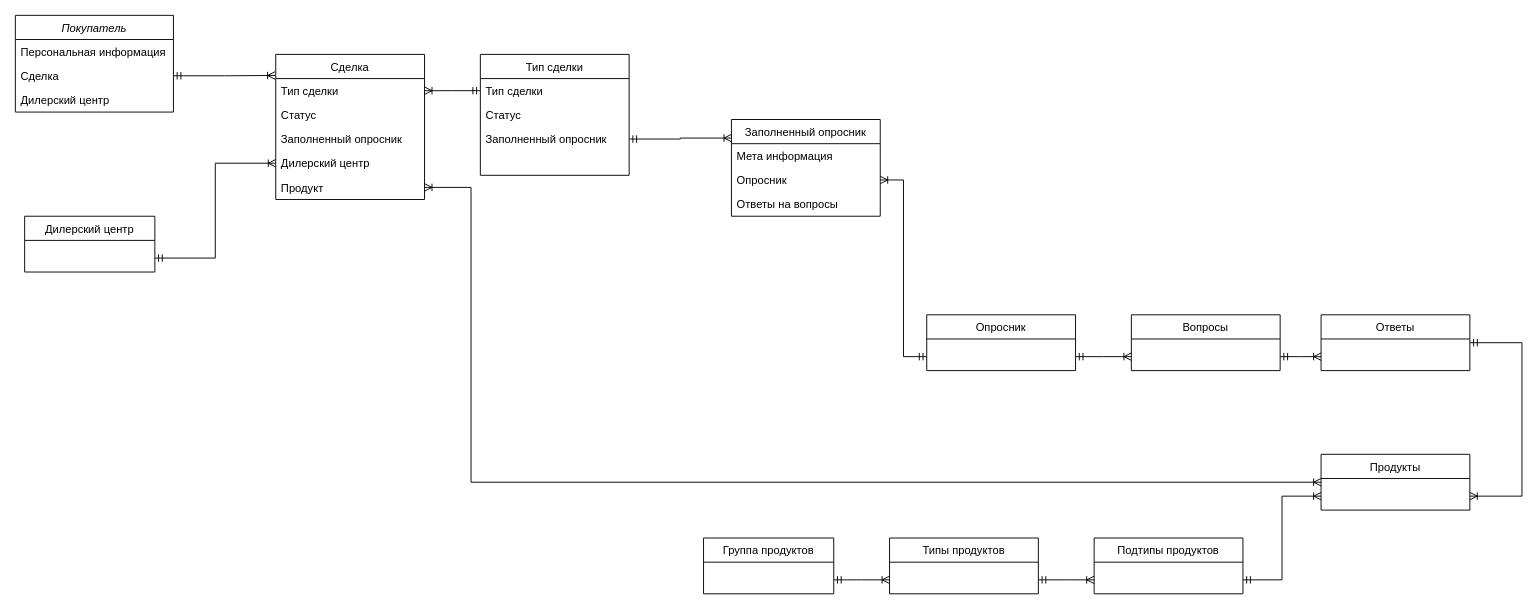
This is Диаграмма меню.drawio from Kkorolyok/Diagrams, a draw.io file, before an edit. Source tidied: cells renumbered, new cells numbered last; positions are measured from the earlier drawing's top-left corner, leaving out a move shared by most shapes. Both pictures are drawn from the tidied source at 93%, with x=0, y=0 at pixel (15, 15).
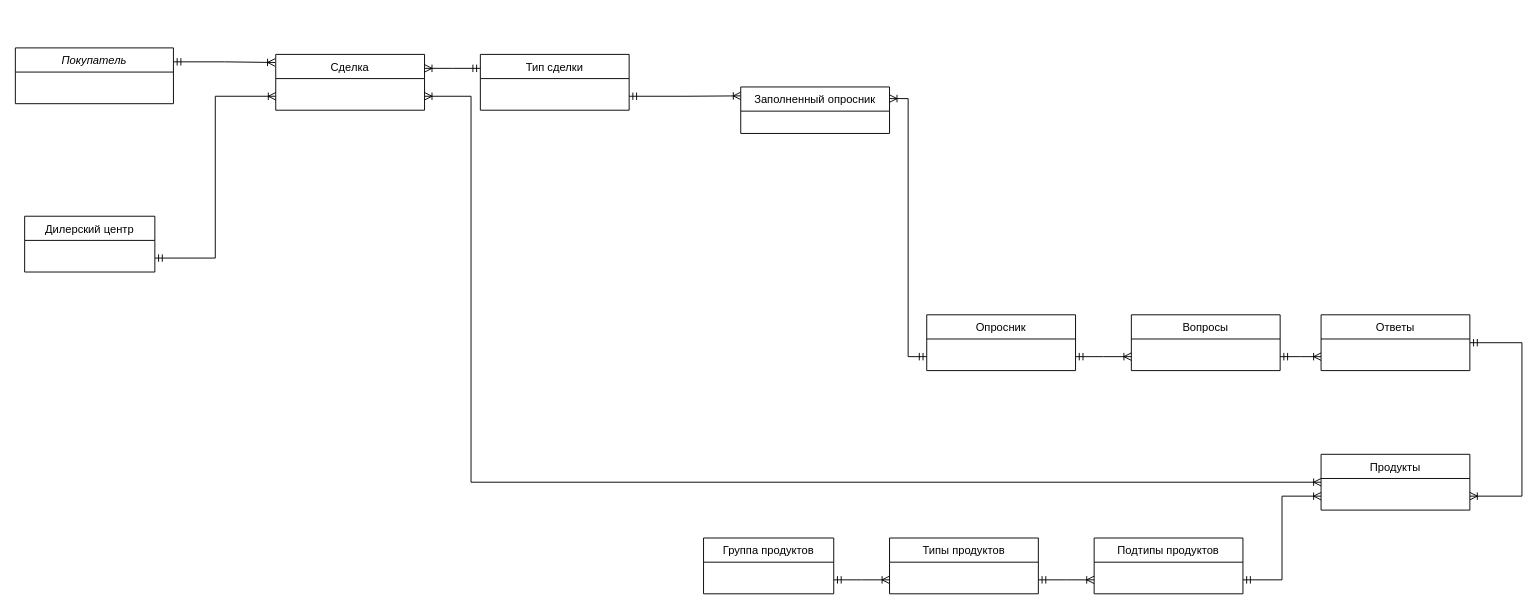
Above is the later version.

The change refers to these unchanged cells:
```xml
<mxCell id="22" value="Опросник" style="swimlane;fontStyle=0;align=center;verticalAlign=top;horizontal=1;startSize=26;rounded=0;shadow=0;strokeWidth=1;" parent="1" vertex="1">
  <mxGeometry x="980" y="322" width="160" height="60" as="geometry" />
</mxCell>
<mxCell id="27" value="Продукты" style="swimlane;fontStyle=0;align=center;verticalAlign=top;horizontal=1;startSize=26;rounded=0;shadow=0;strokeWidth=1;" parent="1" vertex="1">
  <mxGeometry x="1404" y="472" width="160" height="60" as="geometry" />
</mxCell>
<mxCell id="38" value="Дилерский центр" style="swimlane;fontStyle=0;align=center;verticalAlign=top;horizontal=1;startSize=26;rounded=0;shadow=0;strokeWidth=1;" parent="1" vertex="1">
  <mxGeometry x="10" y="216" width="140" height="60" as="geometry" />
</mxCell>
```

The edit, as a diff of the source:
```diff
@@
     <mxCell id="2" value="Покупатель" style="swimlane;fontStyle=2;align=center;verticalAlign=top;horizontal=1;startSize=26;rounded=0;shadow=0;strokeWidth=1;" parent="1" vertex="1">
-      <mxGeometry width="170" height="104" as="geometry" />
+      <mxGeometry y="35" width="170" height="60" as="geometry" />
     </mxCell>
-    <mxCell id="3" value="Персональная информация" style="text;align=left;verticalAlign=top;spacingLeft=4;spacingRight=4;overflow=hidden;" parent="2" vertex="1">
-      <mxGeometry y="26" width="170" height="26" as="geometry" />
-    </mxCell>
-    <mxCell id="4" value="Сделка" style="text;align=left;verticalAlign=top;spacingLeft=4;spacingRight=4;overflow=hidden;points=[[0,0.5],[1,0.5]];portConstraint=eastwest;rounded=0;shadow=0;html=0;" parent="2" vertex="1">
-      <mxGeometry y="52" width="170" height="26" as="geometry" />
-    </mxCell>
-    <mxCell id="5" value="Дилерский центр" style="text;align=left;verticalAlign=top;spacingLeft=4;spacingRight=4;overflow=hidden;rounded=0;shadow=0;html=0;" parent="2" vertex="1">
-      <mxGeometry y="78" width="170" height="26" as="geometry" />
-    </mxCell>
     <mxCell id="6" value="Заполненный опросник" style="swimlane;fontStyle=0;align=center;verticalAlign=top;horizontal=1;startSize=26;rounded=0;shadow=0;strokeWidth=1;" parent="1" vertex="1">
-      <mxGeometry x="770" y="112" width="160" height="104" as="geometry" />
+      <mxGeometry x="780" y="77" width="160" height="50" as="geometry" />
     </mxCell>
-    <mxCell id="7" value="Мета информация&#10;&#10;" style="text;align=left;verticalAlign=top;spacingLeft=4;spacingRight=4;overflow=hidden;" parent="6" vertex="1">
-      <mxGeometry y="26" width="160" height="26" as="geometry" />
-    </mxCell>
-    <mxCell id="8" value="Опросник " style="text;align=left;verticalAlign=top;spacingLeft=4;spacingRight=4;overflow=hidden;points=[[0,0.5],[1,0.5]];portConstraint=eastwest;" parent="6" vertex="1">
-      <mxGeometry y="52" width="160" height="26" as="geometry" />
-    </mxCell>
-    <mxCell id="9" value="Ответы на вопросы" style="text;align=left;verticalAlign=top;spacingLeft=4;spacingRight=4;overflow=hidden;" parent="6" vertex="1">
-      <mxGeometry y="78" width="160" height="26" as="geometry" />
-    </mxCell>
     <mxCell id="10" value="Сделка" style="swimlane;fontStyle=0;align=center;verticalAlign=top;horizontal=1;startSize=26;rounded=0;shadow=0;strokeWidth=1;" parent="1" vertex="1">
-      <mxGeometry x="280" y="42" width="160" height="156" as="geometry" />
+      <mxGeometry x="280" y="42" width="160" height="60" as="geometry" />
     </mxCell>
-    <mxCell id="11" value="Тип сделки" style="text;align=left;verticalAlign=top;spacingLeft=4;spacingRight=4;overflow=hidden;points=[[0,0.5],[1,0.5]];portConstraint=eastwest;" parent="10" vertex="1">
-      <mxGeometry y="26" width="160" height="26" as="geometry" />
-    </mxCell>
-    <mxCell id="12" value="Статус" style="text;align=left;verticalAlign=top;spacingLeft=4;spacingRight=4;overflow=hidden;rounded=0;shadow=0;html=0;" parent="10" vertex="1">
-      <mxGeometry y="52" width="160" height="26" as="geometry" />
-    </mxCell>
-    <mxCell id="13" value="Заполненный опросник" style="text;align=left;verticalAlign=top;spacingLeft=4;spacingRight=4;overflow=hidden;rounded=0;shadow=0;html=0;" parent="10" vertex="1">
-      <mxGeometry y="78" width="160" height="26" as="geometry" />
-    </mxCell>
-    <mxCell id="14" value="Дилерский центр" style="text;align=left;verticalAlign=top;spacingLeft=4;spacingRight=4;overflow=hidden;points=[[0,0.5],[1,0.5]];portConstraint=eastwest;rounded=0;shadow=0;html=0;" parent="10" vertex="1">
-      <mxGeometry y="104" width="160" height="26" as="geometry" />
-    </mxCell>
-    <mxCell id="15" value="Продукт" style="text;align=left;verticalAlign=top;spacingLeft=4;spacingRight=4;overflow=hidden;points=[[0,0.5],[1,0.5]];portConstraint=eastwest;rounded=0;shadow=0;html=0;" parent="10" vertex="1">
-      <mxGeometry y="130" width="160" height="26" as="geometry" />
-    </mxCell>
     <mxCell id="16" value="Тип сделки" style="swimlane;fontStyle=0;align=center;verticalAlign=top;horizontal=1;startSize=26;rounded=0;shadow=0;strokeWidth=1;" parent="1" vertex="1">
-      <mxGeometry x="500" y="42" width="160" height="130" as="geometry" />
+      <mxGeometry x="500" y="42" width="160" height="60" as="geometry" />
     </mxCell>
-    <mxCell id="17" value="Тип сделки" style="text;align=left;verticalAlign=top;spacingLeft=4;spacingRight=4;overflow=hidden;points=[[0,0.5],[1,0.5]];portConstraint=eastwest;" parent="16" vertex="1">
-      <mxGeometry y="26" width="160" height="26" as="geometry" />
-    </mxCell>
-    <mxCell id="18" value="Статус" style="text;align=left;verticalAlign=top;spacingLeft=4;spacingRight=4;overflow=hidden;rounded=0;shadow=0;html=0;" parent="16" vertex="1">
-      <mxGeometry y="52" width="160" height="26" as="geometry" />
-    </mxCell>
-    <mxCell id="19" value="Заполненный опросник" style="text;align=left;verticalAlign=top;spacingLeft=4;spacingRight=4;overflow=hidden;points=[[0,0.5],[1,0.5]];portConstraint=eastwest;rounded=0;shadow=0;html=0;" parent="16" vertex="1">
-      <mxGeometry y="78" width="160" height="26" as="geometry" />
-    </mxCell>
@@
-    <mxCell id="21" style="edgeStyle=elbowEdgeStyle;rounded=0;jettySize=auto;html=1;exitX=0;exitY=0.75;exitDx=0;exitDy=0;entryX=1;entryY=0.5;entryDx=0;entryDy=0;startArrow=ERmandOne;startFill=0;endArrow=ERoneToMany;endFill=0;" parent="1" edge="1" source="22" target="8">
+    <mxCell id="21" style="edgeStyle=elbowEdgeStyle;rounded=0;jettySize=auto;html=1;exitX=0;exitY=0.75;exitDx=0;exitDy=0;entryX=1;entryY=0.25;entryDx=0;entryDy=0;startArrow=ERmandOne;startFill=0;endArrow=ERoneToMany;endFill=0;" parent="1" edge="1" source="22" target="6">
       <mxGeometry relative="1" as="geometry" />
     </mxCell>
@@
-    <mxCell id="34" style="edgeStyle=elbowEdgeStyle;rounded=0;jettySize=auto;html=1;exitX=1;exitY=0.5;exitDx=0;exitDy=0;entryX=0;entryY=0.192;entryDx=0;entryDy=0;entryPerimeter=0;startArrow=ERmandOne;startFill=0;endArrow=ERoneToMany;endFill=0;" parent="1" edge="1" source="19" target="6">
+    <mxCell id="34" style="edgeStyle=elbowEdgeStyle;rounded=0;jettySize=auto;html=1;exitX=1;exitY=0.75;exitDx=0;exitDy=0;entryX=0;entryY=0.192;entryDx=0;entryDy=0;entryPerimeter=0;startArrow=ERmandOne;startFill=0;endArrow=ERoneToMany;endFill=0;" parent="1" edge="1" source="16" target="6">
       <mxGeometry relative="1" as="geometry" />
     </mxCell>
-    <mxCell id="35" style="edgeStyle=elbowEdgeStyle;rounded=0;jettySize=auto;html=1;exitX=0;exitY=0.5;exitDx=0;exitDy=0;entryX=1;entryY=0.5;entryDx=0;entryDy=0;startArrow=ERmandOne;startFill=0;endArrow=ERoneToMany;endFill=0;" parent="1" edge="1" source="17" target="11">
+    <mxCell id="35" style="edgeStyle=elbowEdgeStyle;rounded=0;jettySize=auto;html=1;exitX=0;exitY=0.25;exitDx=0;exitDy=0;entryX=1;entryY=0.25;entryDx=0;entryDy=0;startArrow=ERmandOne;startFill=0;endArrow=ERoneToMany;endFill=0;" parent="1" edge="1" source="16" target="10">
       <mxGeometry relative="1" as="geometry" />
     </mxCell>
-    <mxCell id="36" style="edgeStyle=elbowEdgeStyle;rounded=0;jettySize=auto;html=1;exitX=1;exitY=0.5;exitDx=0;exitDy=0;entryX=-0.005;entryY=0.145;entryDx=0;entryDy=0;entryPerimeter=0;startArrow=ERmandOne;startFill=0;endArrow=ERoneToMany;endFill=0;" parent="1" edge="1" source="4" target="10">
+    <mxCell id="36" style="edgeStyle=elbowEdgeStyle;rounded=0;jettySize=auto;html=1;exitX=1;exitY=0.25;exitDx=0;exitDy=0;entryX=-0.005;entryY=0.145;entryDx=0;entryDy=0;entryPerimeter=0;startArrow=ERmandOne;startFill=0;endArrow=ERoneToMany;endFill=0;" parent="1" edge="1" source="2" target="10">
       <mxGeometry relative="1" as="geometry" />
     </mxCell>
-    <mxCell id="37" style="edgeStyle=elbowEdgeStyle;rounded=0;jettySize=auto;html=1;exitX=1;exitY=0.75;exitDx=0;exitDy=0;entryX=0;entryY=0.5;entryDx=0;entryDy=0;startArrow=ERmandOne;startFill=0;endArrow=ERoneToMany;endFill=0;" parent="1" edge="1" source="38" target="14">
+    <mxCell id="37" style="edgeStyle=elbowEdgeStyle;rounded=0;jettySize=auto;html=1;exitX=1;exitY=0.75;exitDx=0;exitDy=0;entryX=0;entryY=0.75;entryDx=0;entryDy=0;startArrow=ERmandOne;startFill=0;endArrow=ERoneToMany;endFill=0;" parent="1" edge="1" source="38" target="10">
       <mxGeometry relative="1" as="geometry" />
     </mxCell>
@@
-    <mxCell id="39" style="edgeStyle=elbowEdgeStyle;rounded=0;jettySize=auto;html=1;exitX=1;exitY=0.5;exitDx=0;exitDy=0;entryX=0;entryY=0.5;entryDx=0;entryDy=0;startArrow=ERoneToMany;startFill=0;endArrow=ERoneToMany;endFill=0;" parent="1" edge="1" source="15" target="27">
+    <mxCell id="39" style="edgeStyle=elbowEdgeStyle;rounded=0;jettySize=auto;html=1;entryX=0;entryY=0.5;entryDx=0;entryDy=0;startArrow=ERoneToMany;startFill=0;endArrow=ERoneToMany;endFill=0;exitX=1;exitY=0.75;exitDx=0;exitDy=0;" parent="1" edge="1" source="10" target="27">
       <mxGeometry relative="1" as="geometry">
         <Array as="points">
           <mxPoint x="490" y="372" />
         </Array>
       </mxGeometry>
     </mxCell>
```
